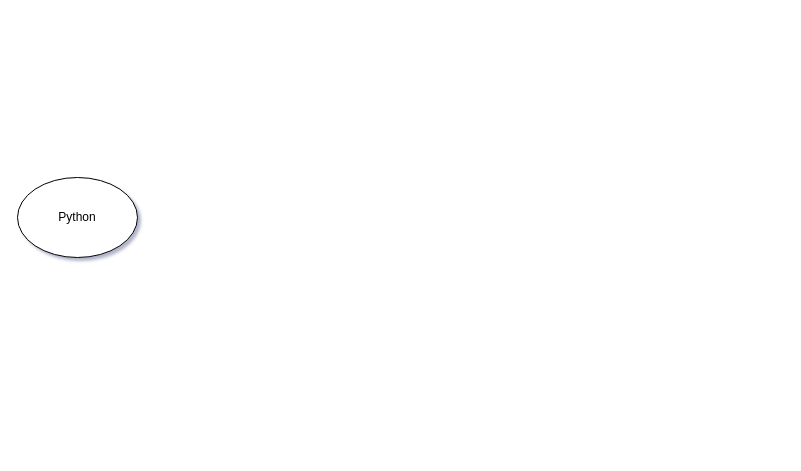
Before: python-bootcamp.drawio in shivam-saway/mind-maps, a draw.io diagram. Source tidied: cells renumbered, new cells numbered last; positions are measured from the earlier drawing's top-left corner, leaving out a move shared by most shapes. Both pictures are drawn from the tidied source at 100%, with x=0, y=0 at pixel (17, 177).
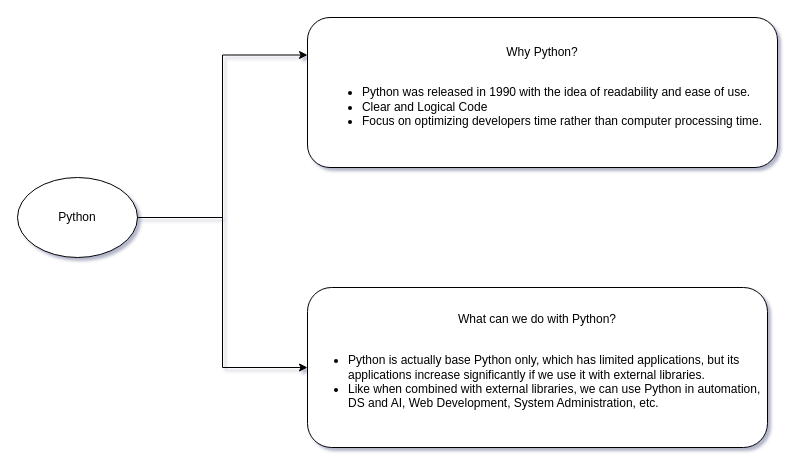
Above is the later version.

Commit message:
Python application and why python

Diff of the diagram source:
```diff
@@
 <mxGraphModel shadow="1">
   <root>
     <mxCell id="0" />
     <mxCell id="1" parent="0" />
+    <mxCell id="3" style="edgeStyle=orthogonalEdgeStyle;rounded=0;jettySize=auto;html=1;entryX=0;entryY=0.25;entryDx=0;entryDy=0;" parent="1" edge="1" source="2" target="5">
+      <mxGeometry relative="1" as="geometry" />
+    </mxCell>
+    <mxCell id="4" style="edgeStyle=orthogonalEdgeStyle;rounded=0;jettySize=auto;html=1;entryX=0;entryY=0.5;entryDx=0;entryDy=0;" parent="1" edge="1" source="2" target="6">
+      <mxGeometry relative="1" as="geometry" />
+    </mxCell>
     <mxCell id="2" value="Python" style="ellipse;whiteSpace=wrap;html=1;" parent="1" vertex="1">
       <mxGeometry width="120" height="80" as="geometry" />
     </mxCell>
+    <mxCell id="5" value="Why Python?&lt;br&gt;&lt;br&gt;&lt;div style=&quot;text-align: left;&quot;&gt;&lt;ul&gt;&lt;li&gt;Python was released in 1990 with the idea of readability and ease of use.&lt;/li&gt;&lt;li&gt;Clear and Logical Code&lt;/li&gt;&lt;li&gt;Focus on optimizing developers time rather than computer processing time.&lt;/li&gt;&lt;/ul&gt;&lt;/div&gt;" style="rounded=1;whiteSpace=wrap;html=1;" parent="1" vertex="1">
+      <mxGeometry x="290" y="-160" width="470" height="150" as="geometry" />
+    </mxCell>
+    <mxCell id="6" value="What can we do with Python?&lt;br&gt;&lt;br&gt;&lt;ul&gt;&lt;li style=&quot;text-align: left;&quot;&gt;Python is actually base Python only, which has limited applications, but its applications increase significantly if we use it with external libraries.&lt;/li&gt;&lt;li style=&quot;text-align: left;&quot;&gt;Like when combined with external libraries, we can use Python in automation, DS and AI, Web Development, System Administration, etc.&lt;/li&gt;&lt;/ul&gt;" style="rounded=1;whiteSpace=wrap;html=1;align=center;" parent="1" vertex="1">
+      <mxGeometry x="290" y="110" width="460" height="160" as="geometry" />
+    </mxCell>
   </root>
 </mxGraphModel>
```
